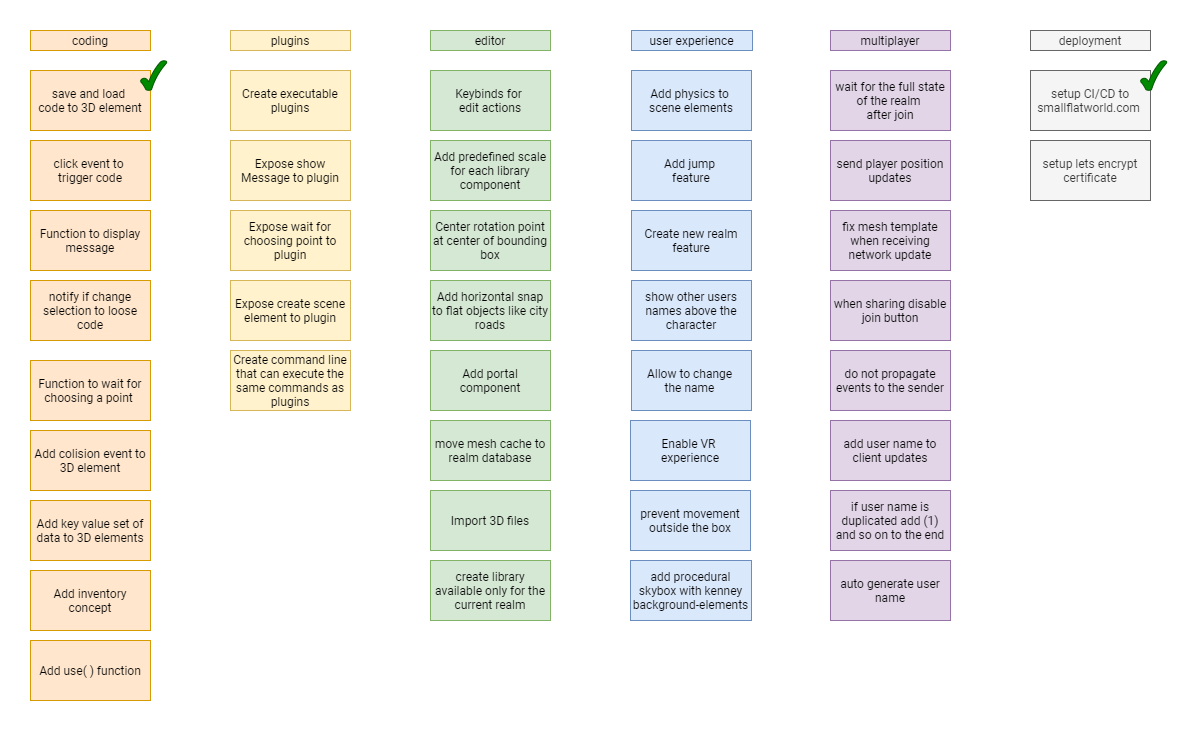
hamilton-lima/smallflatworld keeps this draw.io diagram as small-flat-world-roadmap.png. Above is the earlier version. Source tidied: cells renumbered, new cells last; positions are measured from the earlier drawing's top-left corner, leaving out a move shared by most shapes.
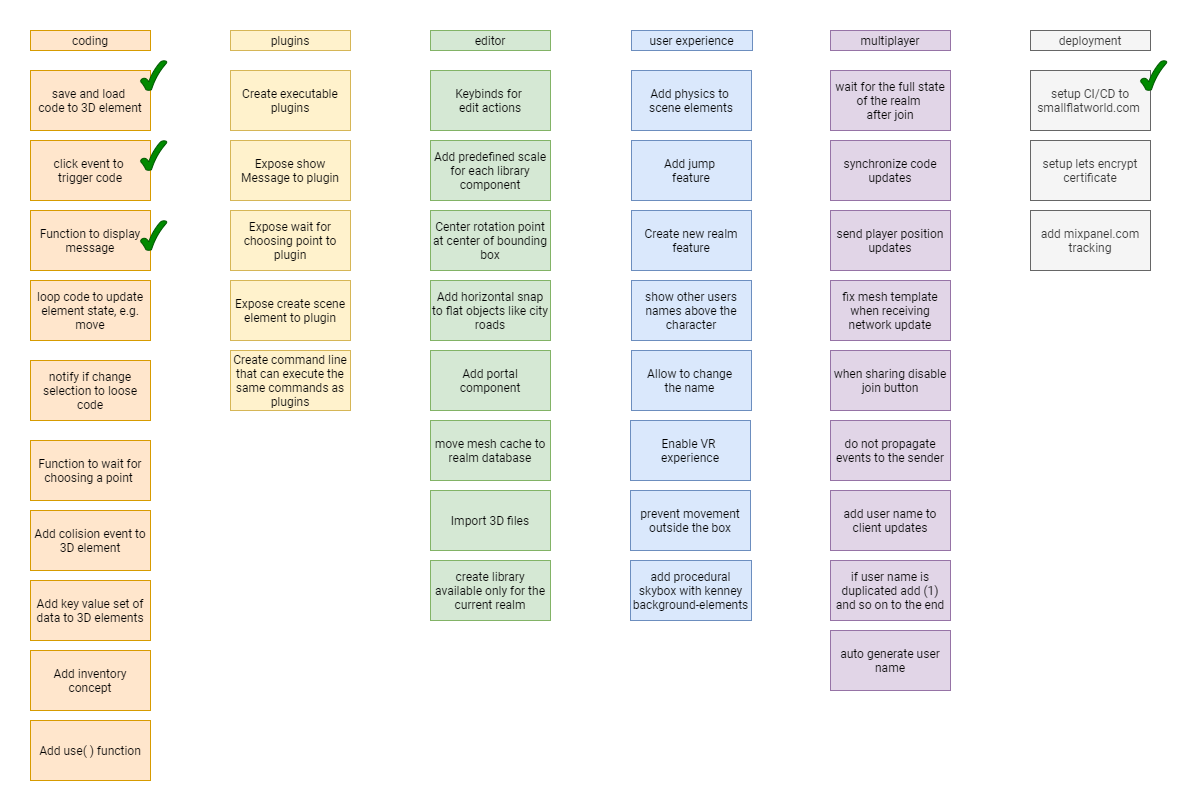
Above is the later version.

The edit, as a diff of the source:
```diff
@@ -8,9 +8,6 @@
     <mxCell id="3" value="Function to display message" style="rounded=0;whiteSpace=wrap;html=1;fontFamily=Roboto;fillColor=#ffe6cc;strokeColor=#d79b00;" parent="1" vertex="1">
       <mxGeometry y="180" width="120" height="60" as="geometry" />
     </mxCell>
-    <mxCell id="4" value="Function to wait for choosing a point&amp;nbsp;" style="rounded=0;whiteSpace=wrap;html=1;fontFamily=Roboto;fillColor=#ffe6cc;strokeColor=#d79b00;" parent="1" vertex="1">
-      <mxGeometry y="330" width="120" height="60" as="geometry" />
-    </mxCell>
     <mxCell id="5" value="Add jump &lt;br&gt;feature" style="rounded=0;whiteSpace=wrap;html=1;fontFamily=Roboto;fillColor=#dae8fc;strokeColor=#6c8ebf;" parent="1" vertex="1">
       <mxGeometry x="601" y="110" width="120" height="60" as="geometry" />
     </mxCell>
@@ -39,19 +36,19 @@
       <mxGeometry x="400" y="390" width="120" height="60" as="geometry" />
     </mxCell>
     <mxCell id="14" value="fix mesh template when receiving network update" style="rounded=0;whiteSpace=wrap;html=1;fontFamily=Roboto;fillColor=#e1d5e7;strokeColor=#9673a6;" parent="1" vertex="1">
-      <mxGeometry x="800" y="180" width="120" height="60" as="geometry" />
+      <mxGeometry x="800" y="250" width="120" height="60" as="geometry" />
     </mxCell>
     <mxCell id="15" value="do not propagate events to the sender" style="rounded=0;whiteSpace=wrap;html=1;fontFamily=Roboto;fillColor=#e1d5e7;strokeColor=#9673a6;" parent="1" vertex="1">
-      <mxGeometry x="800" y="320" width="120" height="60" as="geometry" />
+      <mxGeometry x="800" y="390" width="120" height="60" as="geometry" />
     </mxCell>
     <mxCell id="16" value="wait for the full state of the realm &lt;br&gt;after join" style="rounded=0;whiteSpace=wrap;html=1;fontFamily=Roboto;fillColor=#e1d5e7;strokeColor=#9673a6;" parent="1" vertex="1">
       <mxGeometry x="800" y="40" width="120" height="60" as="geometry" />
     </mxCell>
     <mxCell id="17" value="send player position updates" style="rounded=0;whiteSpace=wrap;html=1;fontFamily=Roboto;fillColor=#e1d5e7;strokeColor=#9673a6;" parent="1" vertex="1">
-      <mxGeometry x="800" y="110" width="120" height="60" as="geometry" />
+      <mxGeometry x="800" y="180" width="120" height="60" as="geometry" />
     </mxCell>
     <mxCell id="18" value="when sharing disable join button" style="rounded=0;whiteSpace=wrap;html=1;fontFamily=Roboto;fillColor=#e1d5e7;strokeColor=#9673a6;" parent="1" vertex="1">
-      <mxGeometry x="800" y="250" width="120" height="60" as="geometry" />
+      <mxGeometry x="800" y="320" width="120" height="60" as="geometry" />
     </mxCell>
     <mxCell id="19" value="Enable VR &lt;br&gt;experience" style="rounded=0;whiteSpace=wrap;html=1;fontFamily=Roboto;fillColor=#dae8fc;strokeColor=#6c8ebf;" parent="1" vertex="1">
       <mxGeometry x="600" y="390" width="120" height="60" as="geometry" />
@@ -63,10 +60,10 @@
       <mxGeometry x="600" y="530" width="121" height="60" as="geometry" />
     </mxCell>
     <mxCell id="22" value="Add key value set of data to 3D elements" style="rounded=0;whiteSpace=wrap;html=1;fontFamily=Roboto;fillColor=#ffe6cc;strokeColor=#d79b00;" parent="1" vertex="1">
-      <mxGeometry y="470" width="120" height="60" as="geometry" />
+      <mxGeometry y="550" width="120" height="60" as="geometry" />
     </mxCell>
     <mxCell id="23" value="Add colision event to 3D element" style="rounded=0;whiteSpace=wrap;html=1;fontFamily=Roboto;fillColor=#ffe6cc;strokeColor=#d79b00;" parent="1" vertex="1">
-      <mxGeometry y="400" width="120" height="60" as="geometry" />
+      <mxGeometry y="480" width="120" height="60" as="geometry" />
     </mxCell>
     <mxCell id="24" value="multiplayer" style="text;html=1;strokeColor=#9673a6;fillColor=#e1d5e7;align=center;verticalAlign=middle;whiteSpace=wrap;rounded=0;fontFamily=Roboto;" parent="1" vertex="1">
       <mxGeometry x="800" width="120" height="20" as="geometry" />
@@ -102,13 +99,13 @@
       <mxGeometry x="400" y="460" width="120" height="60" as="geometry" />
     </mxCell>
     <mxCell id="35" value="add user name to client updates" style="rounded=0;whiteSpace=wrap;html=1;fontFamily=Roboto;fillColor=#e1d5e7;strokeColor=#9673a6;" parent="1" vertex="1">
-      <mxGeometry x="800" y="390" width="120" height="60" as="geometry" />
+      <mxGeometry x="800" y="460" width="120" height="60" as="geometry" />
     </mxCell>
     <mxCell id="36" value="auto generate user name" style="rounded=0;whiteSpace=wrap;html=1;fontFamily=Roboto;fillColor=#e1d5e7;strokeColor=#9673a6;" parent="1" vertex="1">
-      <mxGeometry x="800" y="530" width="120" height="60" as="geometry" />
+      <mxGeometry x="800" y="600" width="120" height="60" as="geometry" />
     </mxCell>
     <mxCell id="37" value="if user name is duplicated add (1) and so on to the end" style="rounded=0;whiteSpace=wrap;html=1;fontFamily=Roboto;fillColor=#e1d5e7;strokeColor=#9673a6;" parent="1" vertex="1">
-      <mxGeometry x="800" y="460" width="120" height="60" as="geometry" />
+      <mxGeometry x="800" y="530" width="120" height="60" as="geometry" />
     </mxCell>
     <mxCell id="38" value="Allow to change &lt;br&gt;the name&amp;nbsp;" style="rounded=0;whiteSpace=wrap;html=1;fontFamily=Roboto;fillColor=#dae8fc;strokeColor=#6c8ebf;" parent="1" vertex="1">
       <mxGeometry x="601" y="320" width="120" height="60" as="geometry" />
@@ -120,17 +117,14 @@
       <mxGeometry x="601" y="250" width="120" height="60" as="geometry" />
     </mxCell>
     <mxCell id="41" value="Add inventory concept" style="rounded=0;whiteSpace=wrap;html=1;fontFamily=Roboto;fillColor=#ffe6cc;strokeColor=#d79b00;" parent="1" vertex="1">
-      <mxGeometry y="540" width="120" height="60" as="geometry" />
+      <mxGeometry y="620" width="120" height="60" as="geometry" />
     </mxCell>
     <mxCell id="42" value="Add use( ) function" style="rounded=0;whiteSpace=wrap;html=1;fontFamily=Roboto;fillColor=#ffe6cc;strokeColor=#d79b00;" parent="1" vertex="1">
-      <mxGeometry y="610" width="120" height="60" as="geometry" />
+      <mxGeometry y="690" width="120" height="60" as="geometry" />
     </mxCell>
     <mxCell id="43" value="click event to &lt;br&gt;trigger code" style="rounded=0;whiteSpace=wrap;html=1;fontFamily=Roboto;fillColor=#ffe6cc;strokeColor=#d79b00;" parent="1" vertex="1">
       <mxGeometry y="110" width="120" height="60" as="geometry" />
     </mxCell>
-    <mxCell id="44" value="notify if change selection to loose code" style="rounded=0;whiteSpace=wrap;html=1;fontFamily=Roboto;fillColor=#ffe6cc;strokeColor=#d79b00;" parent="1" vertex="1">
-      <mxGeometry y="250" width="120" height="60" as="geometry" />
-    </mxCell>
     <mxCell id="45" style="verticalLabelPosition=bottom;verticalAlign=top;html=1;shape=mxgraph.basic.tick;fontFamily=Roboto;fillColor=#008a00;strokeColor=#005700;fontColor=#ffffff;" parent="1" vertex="1">
       <mxGeometry x="110" y="30" width="26.2" height="30" as="geometry" />
     </mxCell>
@@ -146,5 +140,26 @@
     <mxCell id="49" style="verticalLabelPosition=bottom;verticalAlign=top;html=1;shape=mxgraph.basic.tick;fontFamily=Roboto;fillColor=#008a00;strokeColor=#005700;fontColor=#ffffff;" parent="1" vertex="1">
       <mxGeometry x="1110" y="30" width="26.2" height="30" as="geometry" />
     </mxCell>
+    <mxCell id="50" value="add mixpanel.com&lt;br&gt;tracking" style="rounded=0;whiteSpace=wrap;html=1;fontFamily=Roboto;fillColor=#f5f5f5;strokeColor=#666666;fontColor=#333333;" parent="1" vertex="1">
+      <mxGeometry x="1000" y="180" width="120" height="60" as="geometry" />
+    </mxCell>
+    <mxCell id="51" value="loop code to update element state, e.g. move" style="rounded=0;whiteSpace=wrap;html=1;fontFamily=Roboto;fillColor=#ffe6cc;strokeColor=#d79b00;" parent="1" vertex="1">
+      <mxGeometry y="250" width="120" height="60" as="geometry" />
+    </mxCell>
+    <mxCell id="44" value="notify if change selection to loose code" style="rounded=0;whiteSpace=wrap;html=1;fontFamily=Roboto;fillColor=#ffe6cc;strokeColor=#d79b00;" parent="1" vertex="1">
+      <mxGeometry y="330" width="120" height="60" as="geometry" />
+    </mxCell>
+    <mxCell id="4" value="Function to wait for choosing a point&amp;nbsp;" style="rounded=0;whiteSpace=wrap;html=1;fontFamily=Roboto;fillColor=#ffe6cc;strokeColor=#d79b00;" parent="1" vertex="1">
+      <mxGeometry y="410" width="120" height="60" as="geometry" />
+    </mxCell>
+    <mxCell id="52" value="synchronize code updates" style="rounded=0;whiteSpace=wrap;html=1;fontFamily=Roboto;fillColor=#e1d5e7;strokeColor=#9673a6;" parent="1" vertex="1">
+      <mxGeometry x="800" y="110" width="120" height="60" as="geometry" />
+    </mxCell>
+    <mxCell id="53" style="verticalLabelPosition=bottom;verticalAlign=top;html=1;shape=mxgraph.basic.tick;fontFamily=Roboto;fillColor=#008a00;strokeColor=#005700;fontColor=#ffffff;" parent="1" vertex="1">
+      <mxGeometry x="110" y="110" width="26.2" height="30" as="geometry" />
+    </mxCell>
+    <mxCell id="54" style="verticalLabelPosition=bottom;verticalAlign=top;html=1;shape=mxgraph.basic.tick;fontFamily=Roboto;fillColor=#008a00;strokeColor=#005700;fontColor=#ffffff;" parent="1" vertex="1">
+      <mxGeometry x="110" y="190" width="26.2" height="30" as="geometry" />
+    </mxCell>
   </root>
 </mxGraphModel>
```
